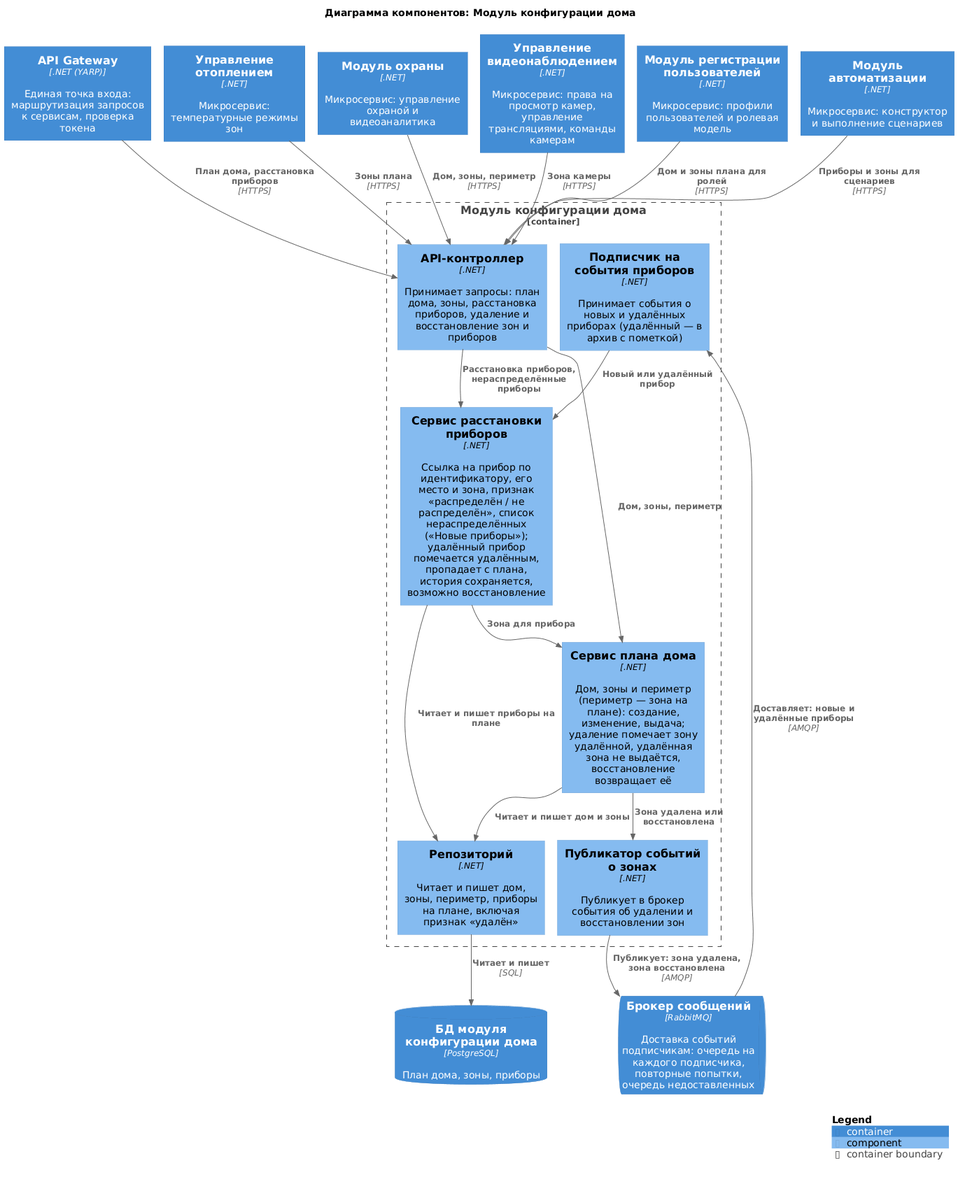
This is diagrams/components/house-configurator.png from Lyamin-av/architecture-warmhouse, a PlantUML export, as it was before one commit.
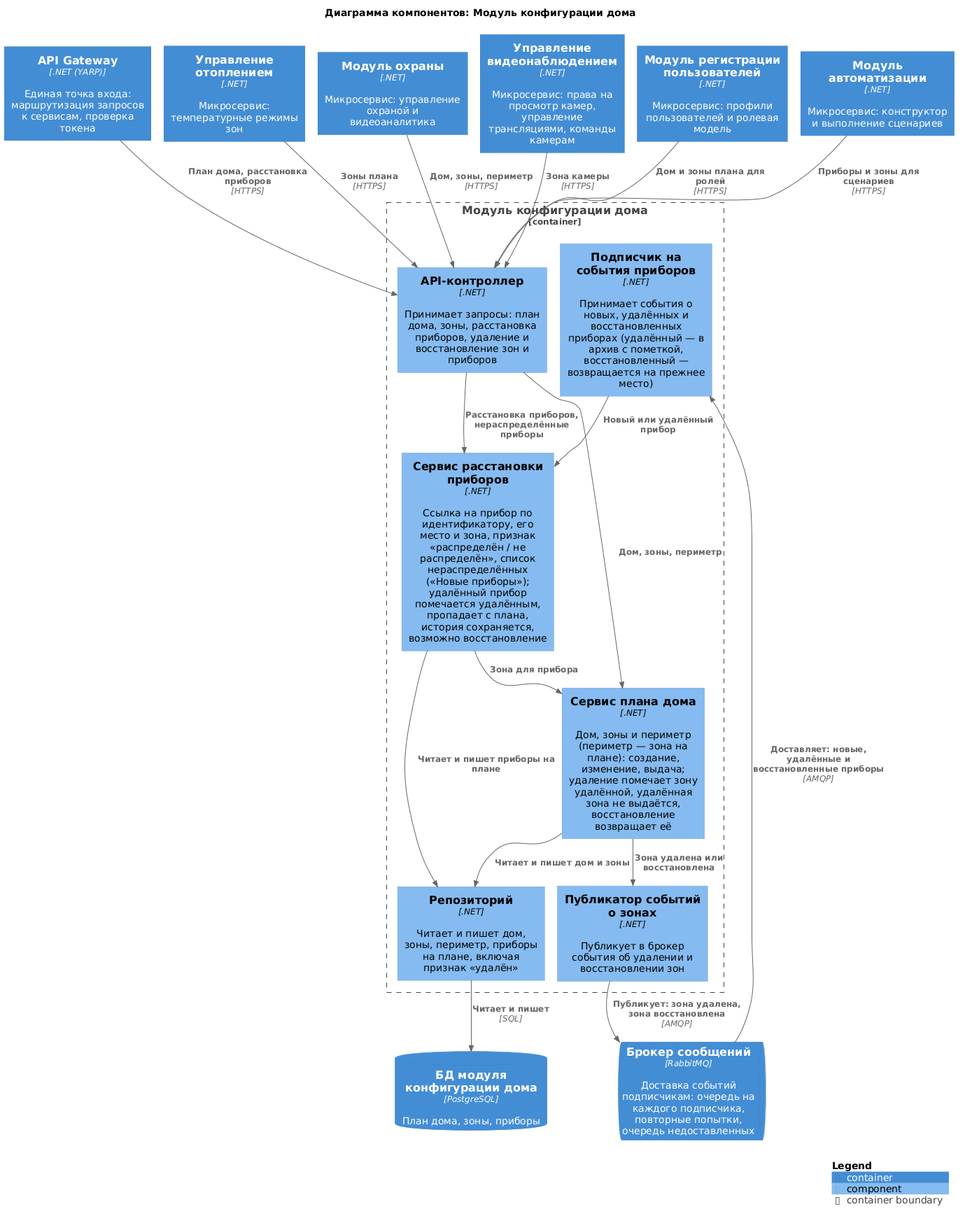
Later version of the same file.

Diff of the diagram source:
```diff
@@ -16,7 +16,7 @@
     Component(api, "API-контроллер", ".NET", "Принимает запросы: план дома, зоны, расстановка приборов, удаление и восстановление зон и приборов")
     Component(plan, "Сервис плана дома", ".NET", "Дом, зоны и периметр (периметр — зона на плане): создание, изменение, выдача; удаление помечает зону удалённой, удалённая зона не выдаётся, восстановление возвращает её")
     Component(placement, "Сервис расстановки приборов", ".NET", "Ссылка на прибор по идентификатору, его место и зона, признак «распределён / не распределён», список нераспределённых («Новые приборы»); удалённый прибор помечается удалённым, пропадает с плана, история сохраняется, возможно восстановление")
-    Component(subscriber, "Подписчик на события приборов", ".NET", "Принимает события о новых и удалённых приборах (удалённый — в архив с пометкой)")
+    Component(subscriber, "Подписчик на события приборов", ".NET", "Принимает события о новых, удалённых и восстановленных приборах (удалённый — в архив с пометкой, восстановленный — возвращается на прежнее место)")
     Component(publisher, "Публикатор событий о зонах", ".NET", "Публикует в брокер события об удалении и восстановлении зон")
     Component(repo, "Репозиторий", ".NET", "Читает и пишет дом, зоны, периметр, приборы на плане, включая признак «удалён»")
 }
@@ -27,7 +27,7 @@
 Rel(VideoControl, api, "Зона камеры", "HTTPS")
 Rel(Users, api, "Дом и зоны плана для ролей", "HTTPS")
 Rel(Automation, api, "Приборы и зоны для сценариев", "HTTPS")
-Rel(Broker, subscriber, "Доставляет: новые и удалённые приборы", "AMQP")
+Rel(Broker, subscriber, "Доставляет: новые, удалённые и восстановленные приборы", "AMQP")
 
 Rel(api, plan, "Дом, зоны, периметр")
 Rel(api, placement, "Расстановка приборов, нераспределённые приборы")
```
